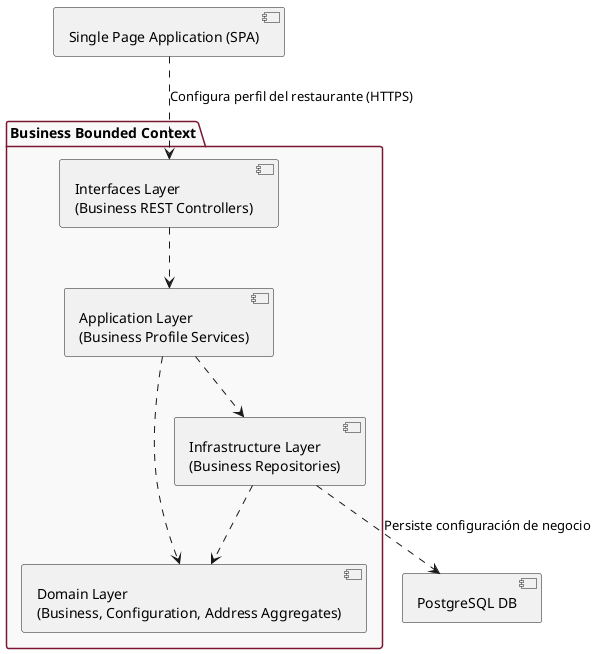
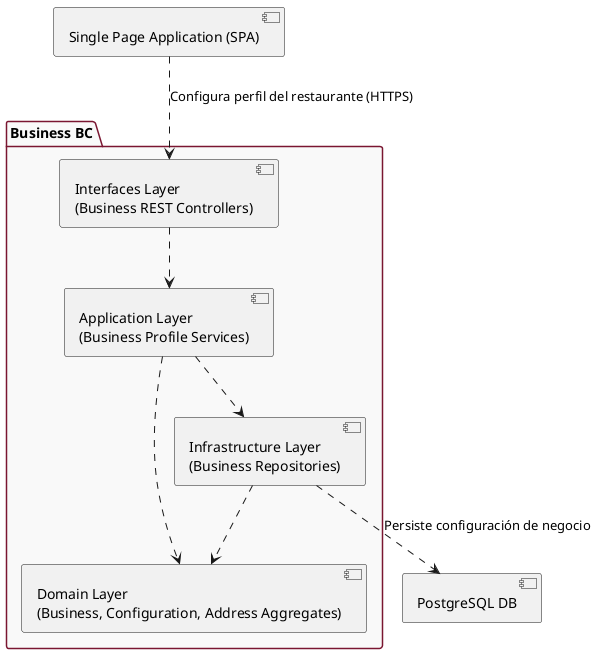
- @startuml "Capas - Business Context"
+ @startuml "Capas - Business BC"
skinparam componentStyle uml2
skinparam package {
  BackgroundColor #F9F9F9
  BorderColor #7A1631
}


- package "Business Bounded Context" {
+ package "Business BC" {

  component [Domain Layer\n(Business, Configuration, Address Aggregates)] as Domain

  component [Application Layer\n(Business Profile Services)] as Application

  component [Interfaces Layer\n(Business REST Controllers)] as Interfaces

  component [Infrastructure Layer\n(Business Repositories)] as Infra

  Interfaces ..> Application
  Application ..> Domain
  Application ..> Infra
  Infra ..> Domain
}
[Single Page Application (SPA)] ..> Interfaces : "Configura perfil del restaurante (HTTPS)"
Infra ..> [PostgreSQL DB] : "Persiste configuración de negocio"

- @enduml+ @enduml
